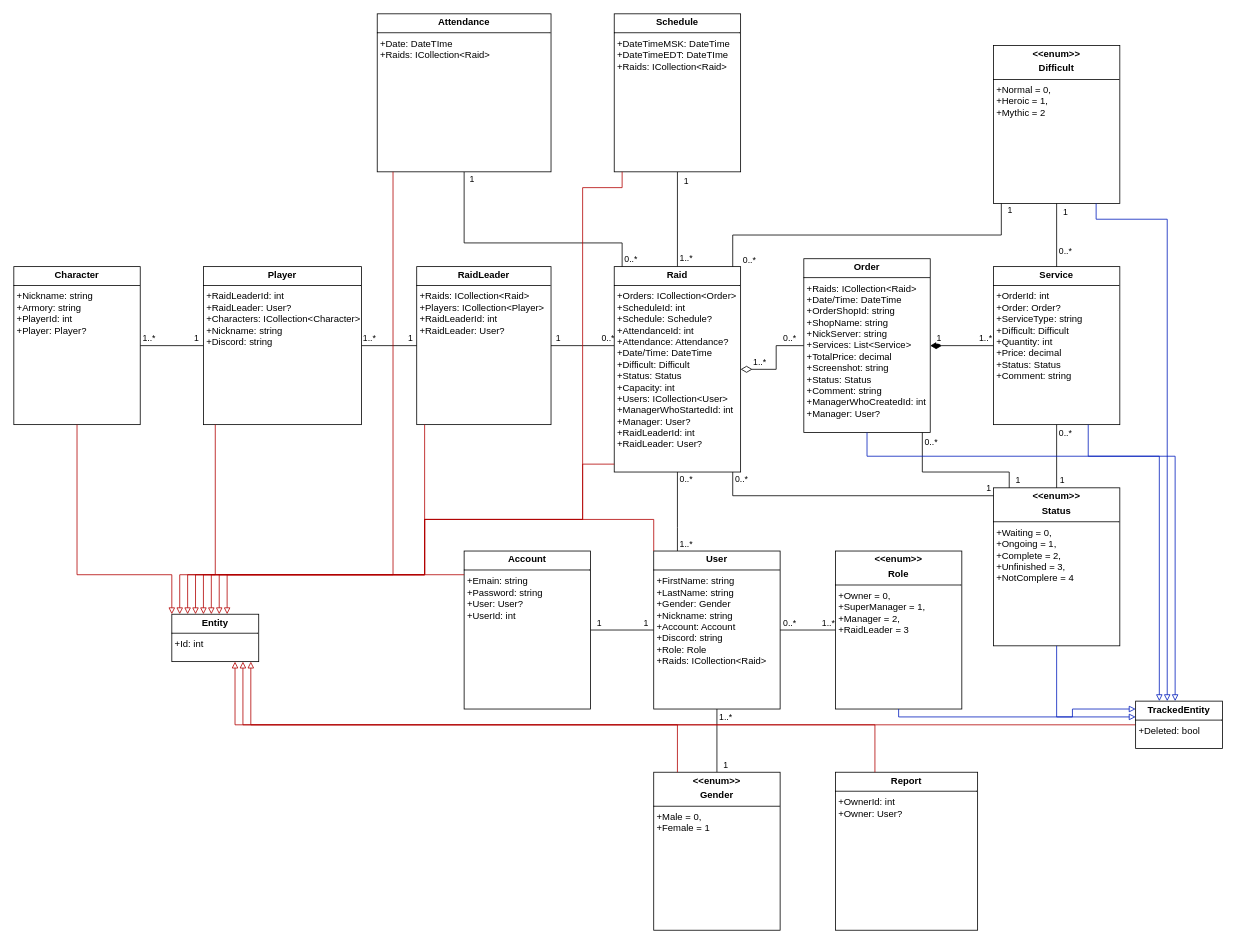
This is CRM_diagram/CRM UML Class diagram.drawio from Squeezy93/CustomCRM, a draw.io file, before an edit. Source tidied: cells renumbered, new cells numbered last; positions are measured from the earlier drawing's top-left corner, leaving out a move shared by most shapes. Both pictures are drawn from the tidied source at 79%, with x=0, y=0 at pixel (13, 13).
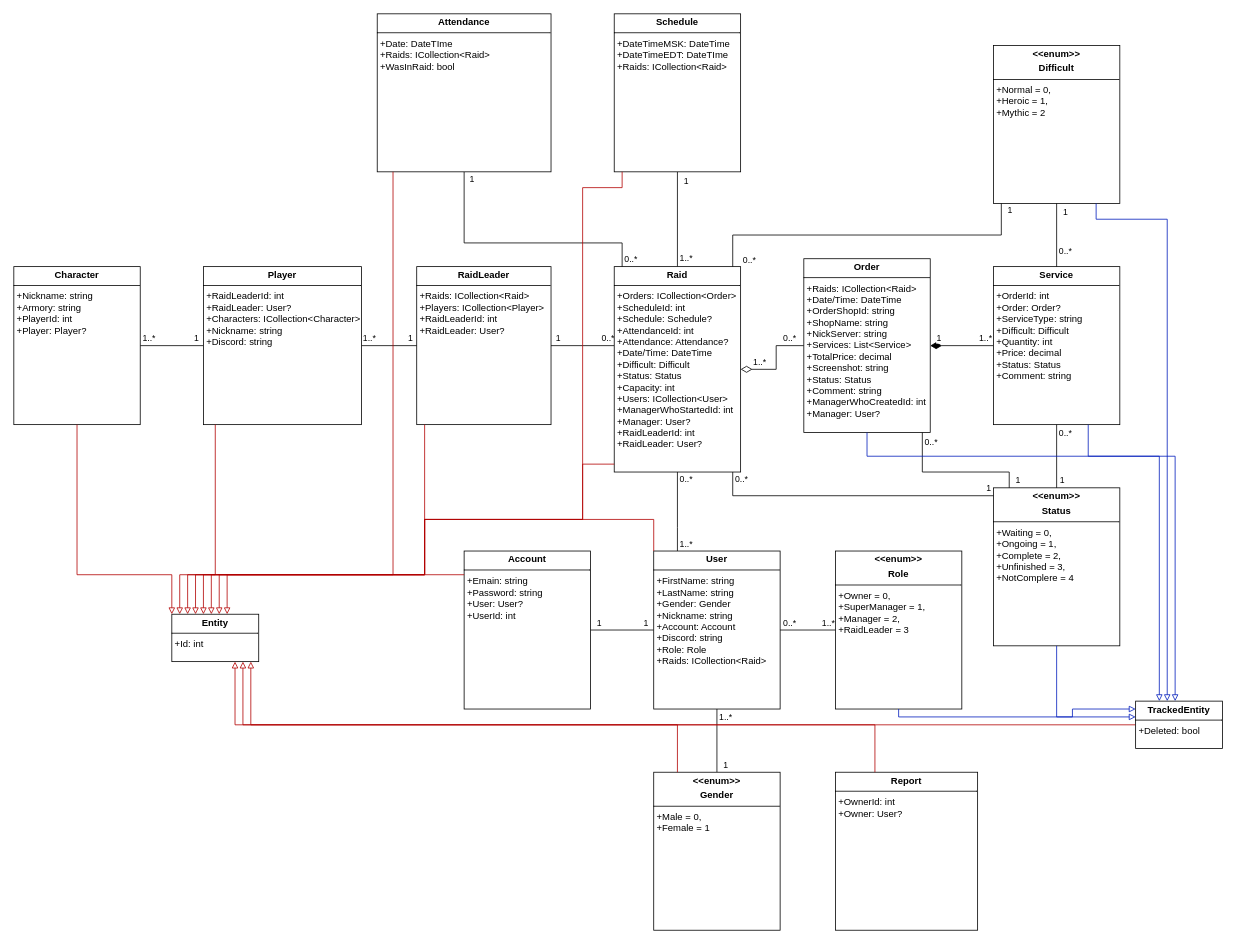
Above is the later version.

Diff of the diagram source:
```diff
@@
-    <mxCell id="30" value="&lt;p style=&quot;margin:0px;margin-top:4px;text-align:center;&quot;&gt;&lt;b&gt;Attendance&lt;/b&gt;&lt;/p&gt;&lt;hr size=&quot;1&quot; style=&quot;border-style:solid;&quot;&gt;&lt;p style=&quot;margin:0px;margin-left:4px;&quot;&gt;&lt;span style=&quot;background-color: initial;&quot;&gt;+Date: DateTIme&lt;/span&gt;&lt;br&gt;&lt;/p&gt;&lt;p style=&quot;margin:0px;margin-left:4px;&quot;&gt;+Raids: ICollection&amp;lt;Raid&amp;gt;&lt;/p&gt;" style="verticalAlign=top;align=left;overflow=fill;html=1;whiteSpace=wrap;" parent="1" vertex="1">
+    <mxCell id="30" value="&lt;p style=&quot;margin:0px;margin-top:4px;text-align:center;&quot;&gt;&lt;b&gt;Attendance&lt;/b&gt;&lt;/p&gt;&lt;hr size=&quot;1&quot; style=&quot;border-style:solid;&quot;&gt;&lt;p style=&quot;margin:0px;margin-left:4px;&quot;&gt;&lt;span style=&quot;background-color: initial;&quot;&gt;+Date: DateTIme&lt;/span&gt;&lt;br&gt;&lt;/p&gt;&lt;p style=&quot;margin:0px;margin-left:4px;&quot;&gt;+Raids: ICollection&amp;lt;Raid&amp;gt;&lt;/p&gt;&lt;p style=&quot;margin:0px;margin-left:4px;&quot;&gt;+WasInRaid: bool&lt;/p&gt;" style="verticalAlign=top;align=left;overflow=fill;html=1;whiteSpace=wrap;" parent="1" vertex="1">
       <mxGeometry x="460" width="220" height="200" as="geometry" />
     </mxCell>
```
